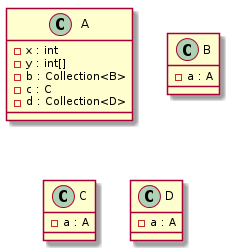
amitakamat/Amita-Kamat-CMPE-202 keeps this PlantUML diagram as Output-Diagrams/OutputClassDiagram1.png. Above is the earlier version.
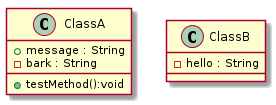
After the commit.

Change to the diagram source:
```diff
@@ -1,18 +1,10 @@
 @startuml
-class A {
--x : int
--y : int[]
--b : Collection<B>
--c : C
--d : Collection<D>
+class ClassA {
++message : String
+-bark : String
++ testMethod():void
 }
-class B {
--a : A
-}
-class C {
--a : A
-}
-class D {
--a : A
+class ClassB {
+-hello : String
 }
 @enduml
```
